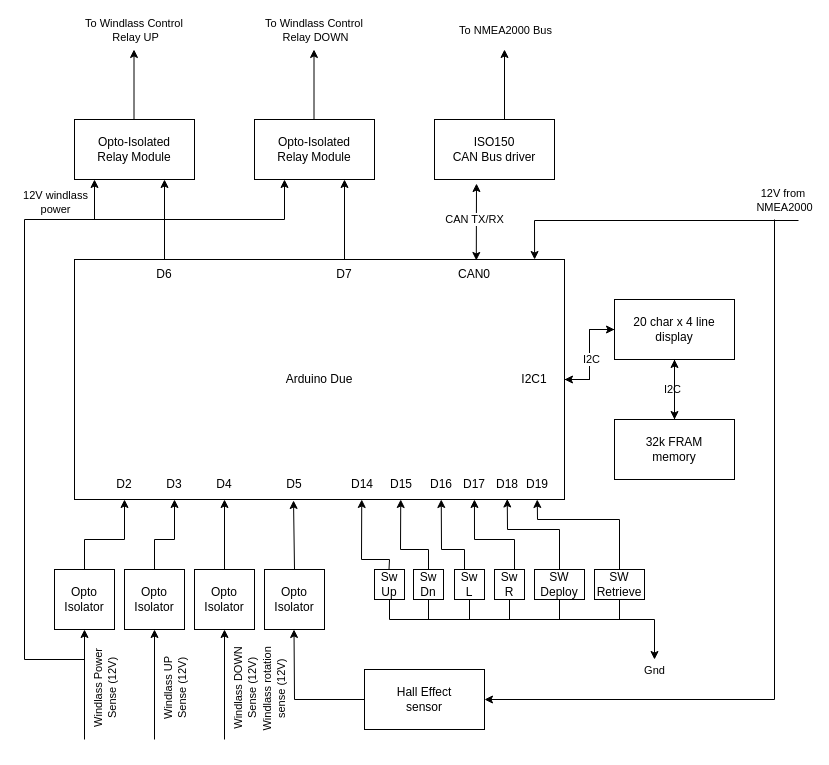
JohnStov/N2K-Chain-Counter keeps this draw.io diagram as Windlass Controller.drawio. Above is the earlier version. Source tidied: cells renumbered, new cells numbered last; positions are measured from the earlier drawing's top-left corner, leaving out a move shared by most shapes. Both pictures are drawn from the tidied source at 100%, with x=0, y=0 at pixel (24, 49).
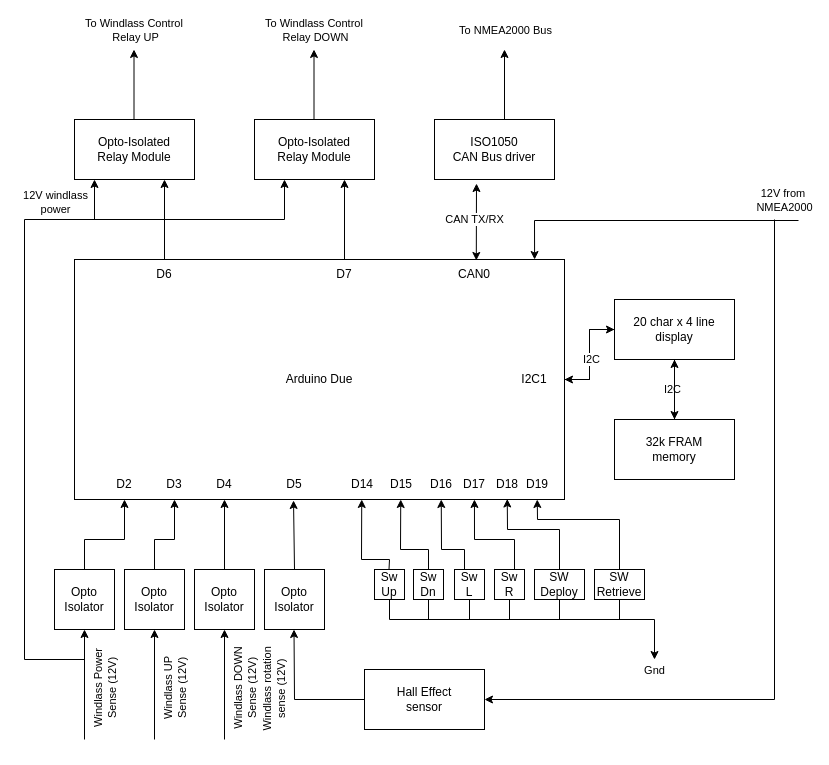
Above is the later version.

The edit, as a diff of the source:
```diff
@@
-    <mxCell id="4" value="&lt;div&gt;ISO150&lt;br&gt;&lt;/div&gt;&lt;div&gt;CAN Bus driver&lt;/div&gt;" style="rounded=0;whiteSpace=wrap;html=1;" parent="1" vertex="1">
+    <mxCell id="4" value="&lt;div&gt;ISO1050&lt;br&gt;&lt;/div&gt;&lt;div&gt;CAN Bus driver&lt;/div&gt;" style="rounded=0;whiteSpace=wrap;html=1;" parent="1" vertex="1">
       <mxGeometry x="410" y="70" width="120" height="60" as="geometry" />
     </mxCell>
```
